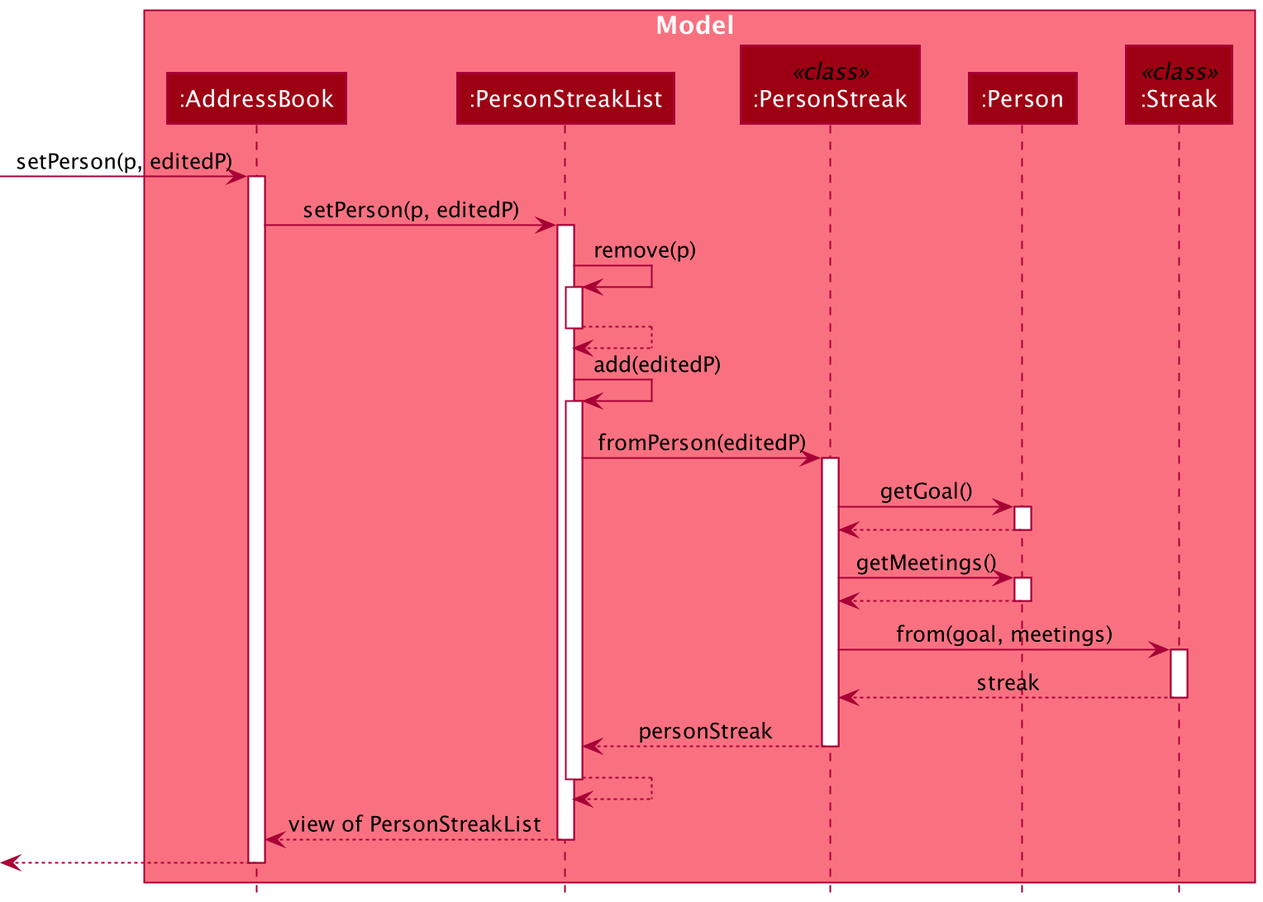
Earlier version of the PlantUML export docs/images/UpdateStreaksDashboardSequenceDiagram.png (nus-cs2103-AY2021S2/tp).
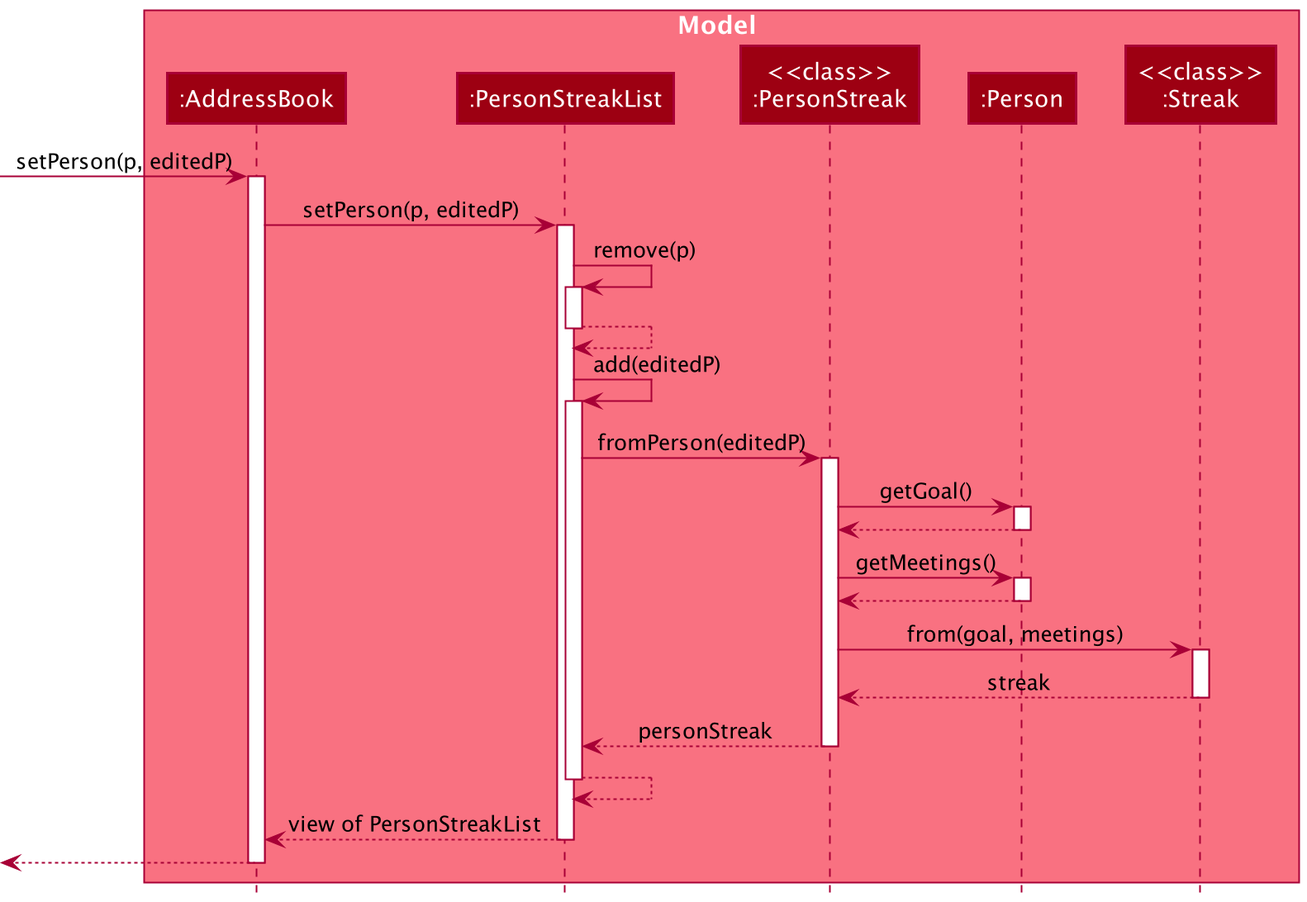
Later version of the same file.

What changed in the source:
```diff
@@ -6,9 +6,9 @@
 box Model MODEL_COLOR_T1
 participant ":AddressBook" as AddressBook MODEL_COLOR
 participant ":PersonStreakList" as PersonStreakList MODEL_COLOR
-participant ":PersonStreak" as PersonStreak <<class>> MODEL_COLOR
+participant "<<class>>\n:PersonStreak" as PersonStreak MODEL_COLOR
 participant ":Person" as Person MODEL_COLOR
-participant ":Streak" as Streak <<class>> MODEL_COLOR
+participant "<<class>>\n:Streak" as Streak MODEL_COLOR
 end box
 
 [-> AddressBook : setPerson(p, editedP)
```
